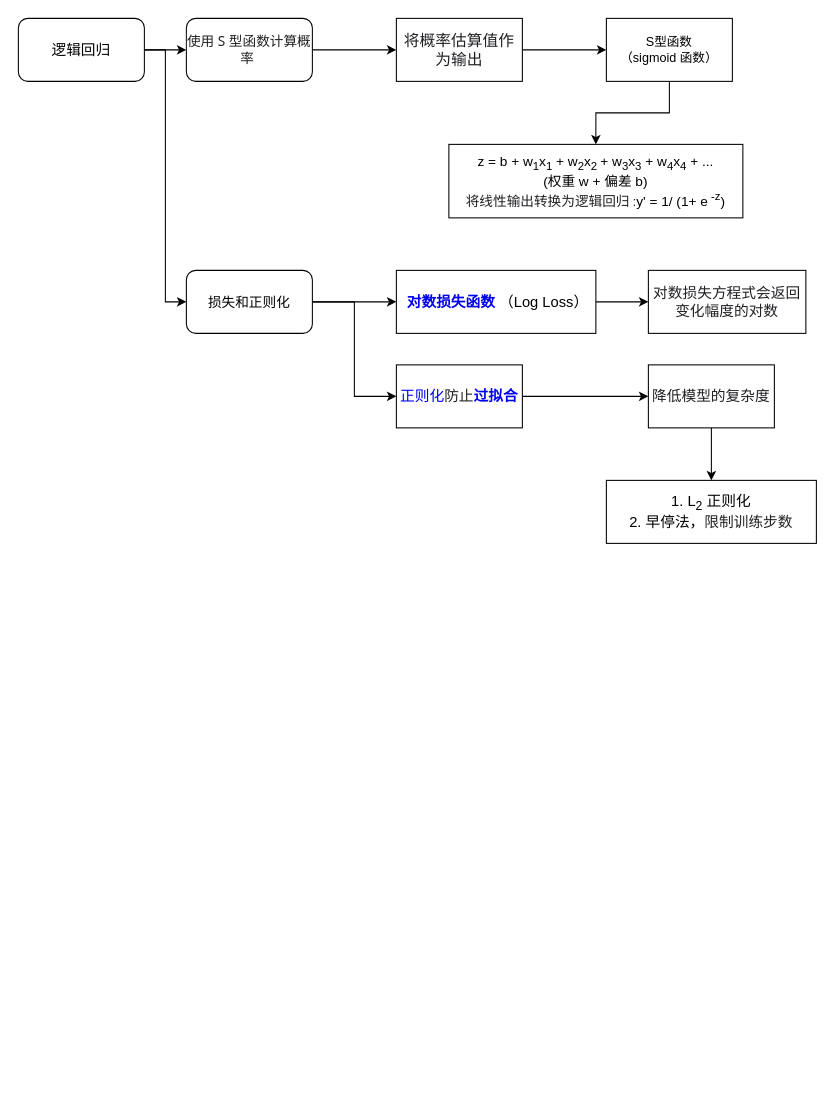
This is page "logistic regression" (8 of 10) of Untitled Diagram.drawio from robinyang414/Book, a draw.io file, before an edit. Source tidied: cells renumbered, new cells numbered last; positions are measured from the earlier drawing's top-left corner, leaving out a move shared by most shapes. Both pictures are drawn from the tidied source at 105%, with x=0, y=0 at pixel (18, 18).
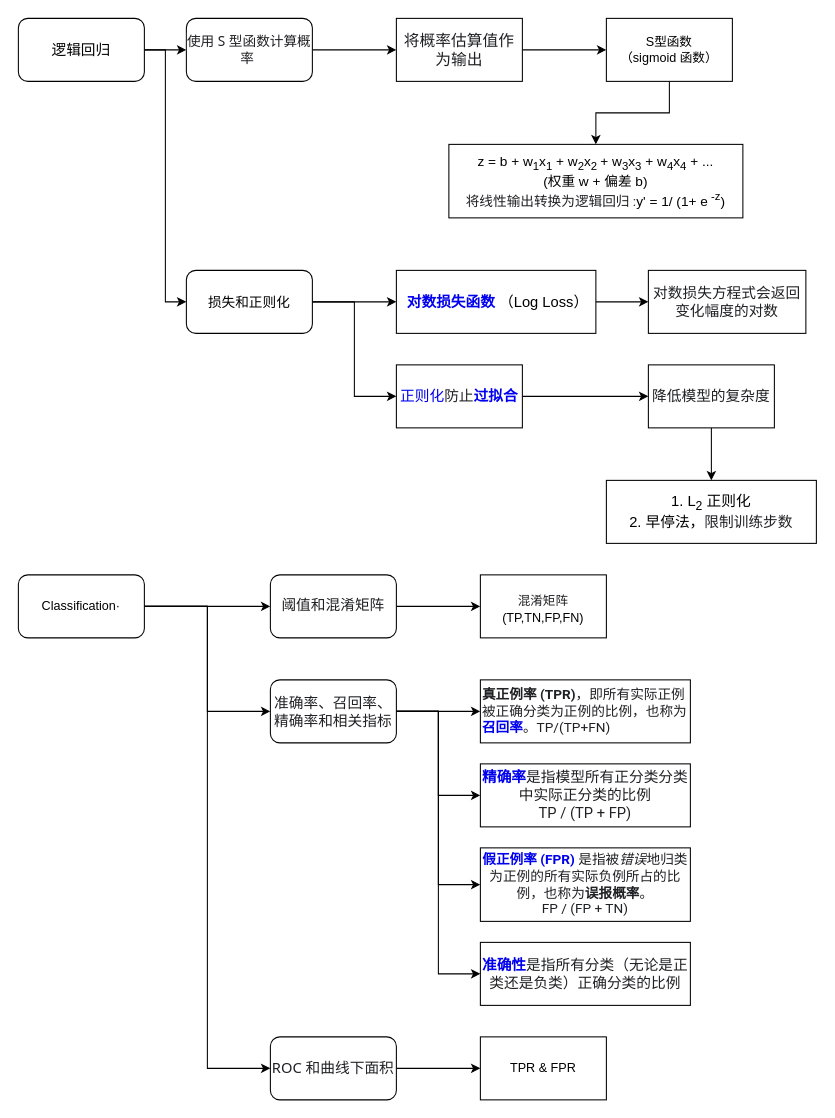
Above is the later version.

Diff of the diagram source:
```diff
@@
+    <mxCell id="23" style="edgeStyle=orthogonalEdgeStyle;rounded=0;jettySize=auto;html=1;exitX=1;exitY=0.5;exitDx=0;exitDy=0;" parent="1" edge="1" source="26" target="28">
+      <mxGeometry relative="1" as="geometry" />
+    </mxCell>
+    <mxCell id="24" style="edgeStyle=orthogonalEdgeStyle;rounded=0;jettySize=auto;html=1;exitX=1;exitY=0.5;exitDx=0;exitDy=0;entryX=0;entryY=0.5;entryDx=0;entryDy=0;" parent="1" edge="1" source="26" target="34">
+      <mxGeometry relative="1" as="geometry" />
+    </mxCell>
+    <mxCell id="25" style="edgeStyle=orthogonalEdgeStyle;rounded=0;jettySize=auto;html=1;exitX=1;exitY=0.5;exitDx=0;exitDy=0;entryX=0;entryY=0.5;entryDx=0;entryDy=0;" parent="1" edge="1" source="26" target="40">
+      <mxGeometry relative="1" as="geometry" />
+    </mxCell>
+    <mxCell id="26" value="Classification·" style="rounded=1;whiteSpace=wrap;html=1;" parent="1" vertex="1">
+      <mxGeometry y="530" width="120" height="60" as="geometry" />
+    </mxCell>
+    <mxCell id="27" style="edgeStyle=orthogonalEdgeStyle;rounded=0;jettySize=auto;html=1;exitX=1;exitY=0.5;exitDx=0;exitDy=0;" parent="1" edge="1" source="28" target="29">
+      <mxGeometry relative="1" as="geometry" />
+    </mxCell>
+    <mxCell id="28" value="&lt;span style=&quot;color: rgb(32, 33, 36); text-align: start; background-color: rgb(255, 255, 255); line-height: 100%;&quot;&gt;&lt;font face=&quot;Helvetica&quot; style=&quot;font-size: 14px;&quot;&gt;阈值和混淆矩阵&lt;/font&gt;&lt;/span&gt;" style="rounded=1;whiteSpace=wrap;html=1;" parent="1" vertex="1">
+      <mxGeometry x="240" y="530" width="120" height="60" as="geometry" />
+    </mxCell>
+    <mxCell id="29" value="&lt;h2 style=&quot;box-sizing: inherit; margin: var(--devsite-h2-margin); overflow-x: clip; text-overflow: ellipsis; border-bottom: var(--devsite-h2-border,var(--devsite-secondary-border)); padding: var(--devsite-h2-padding); color: rgb(32, 33, 36); background-color: rgb(255, 255, 255);&quot; role=&quot;presentation&quot; tabindex=&quot;-1&quot; id=&quot;confusion_matrix&quot;&gt;&lt;span style=&quot;box-sizing: inherit; font-weight: normal;&quot; aria-level=&quot;2&quot; role=&quot;heading&quot; class=&quot;devsite-heading&quot;&gt;&lt;font face=&quot;Helvetica&quot; style=&quot;font-size: 12px;&quot;&gt;混淆矩阵&lt;/font&gt;&lt;/span&gt;&lt;/h2&gt;&lt;div&gt;&lt;span style=&quot;box-sizing: inherit; font-weight: normal;&quot; aria-level=&quot;2&quot; role=&quot;heading&quot; class=&quot;devsite-heading&quot;&gt;&lt;font face=&quot;Helvetica&quot; style=&quot;font-size: 12px;&quot;&gt;(TP,TN,FP,FN)&lt;/font&gt;&lt;/span&gt;&lt;/div&gt;" style="rounded=0;whiteSpace=wrap;html=1;align=center;" parent="1" vertex="1">
+      <mxGeometry x="440" y="530" width="120" height="60" as="geometry" />
+    </mxCell>
+    <mxCell id="30" style="edgeStyle=orthogonalEdgeStyle;rounded=0;jettySize=auto;html=1;exitX=1;exitY=0.5;exitDx=0;exitDy=0;entryX=0;entryY=0.5;entryDx=0;entryDy=0;" parent="1" edge="1" source="34" target="35">
+      <mxGeometry relative="1" as="geometry" />
+    </mxCell>
+    <mxCell id="31" style="edgeStyle=orthogonalEdgeStyle;rounded=0;jettySize=auto;html=1;exitX=1;exitY=0.5;exitDx=0;exitDy=0;entryX=0;entryY=0.5;entryDx=0;entryDy=0;" parent="1" edge="1" source="34" target="36">
+      <mxGeometry relative="1" as="geometry" />
+    </mxCell>
+    <mxCell id="32" style="edgeStyle=orthogonalEdgeStyle;rounded=0;jettySize=auto;html=1;exitX=1;exitY=0.5;exitDx=0;exitDy=0;entryX=0;entryY=0.5;entryDx=0;entryDy=0;" parent="1" edge="1" source="34" target="37">
+      <mxGeometry relative="1" as="geometry" />
+    </mxCell>
+    <mxCell id="33" style="edgeStyle=orthogonalEdgeStyle;rounded=0;jettySize=auto;html=1;exitX=1;exitY=0.5;exitDx=0;exitDy=0;entryX=0;entryY=0.5;entryDx=0;entryDy=0;" parent="1" edge="1" source="34" target="38">
+      <mxGeometry relative="1" as="geometry" />
+    </mxCell>
+    <mxCell id="34" value="&lt;span style=&quot;color: rgb(32, 33, 36); font-family: &amp;quot;Google Sans&amp;quot;, &amp;quot;Noto Sans&amp;quot;, &amp;quot;Noto Sans JP&amp;quot;, &amp;quot;Noto Sans KR&amp;quot;, &amp;quot;Noto Naskh Arabic&amp;quot;, &amp;quot;Noto Sans Thai&amp;quot;, &amp;quot;Noto Sans Hebrew&amp;quot;, &amp;quot;Noto Sans Bengali&amp;quot;, sans-serif; text-align: start; background-color: rgb(255, 255, 255);&quot;&gt;&lt;font style=&quot;font-size: 14px;&quot;&gt;准确率、召回率、精确率和相关指标&lt;/font&gt;&lt;/span&gt;" style="rounded=1;whiteSpace=wrap;html=1;" parent="1" vertex="1">
+      <mxGeometry x="240" y="630" width="120" height="60" as="geometry" />
+    </mxCell>
+    <mxCell id="35" value="&lt;font style=&quot;font-size: 13px;&quot;&gt;&lt;span style=&quot;box-sizing: inherit; font-weight: 700; color: rgb(32, 33, 36); font-family: Roboto, &amp;quot;Noto Sans&amp;quot;, &amp;quot;Noto Sans JP&amp;quot;, &amp;quot;Noto Sans KR&amp;quot;, &amp;quot;Noto Naskh Arabic&amp;quot;, &amp;quot;Noto Sans Thai&amp;quot;, &amp;quot;Noto Sans Hebrew&amp;quot;, &amp;quot;Noto Sans Bengali&amp;quot;, sans-serif; background-color: rgb(255, 255, 255);&quot;&gt;真正例率 (TPR)&lt;/span&gt;&lt;span style=&quot;color: rgb(32, 33, 36); font-family: Roboto, &amp;quot;Noto Sans&amp;quot;, &amp;quot;Noto Sans JP&amp;quot;, &amp;quot;Noto Sans KR&amp;quot;, &amp;quot;Noto Naskh Arabic&amp;quot;, &amp;quot;Noto Sans Thai&amp;quot;, &amp;quot;Noto Sans Hebrew&amp;quot;, &amp;quot;Noto Sans Bengali&amp;quot;, sans-serif; background-color: rgb(255, 255, 255);&quot;&gt;，即所有实际正例被正确分类为正例的比例，也称为&lt;/span&gt;&lt;a style=&quot;box-sizing: inherit; outline: 0px; text-decoration: var(--devsite-link-text-decoration,none); word-break: break-word; font-family: Roboto, &amp;quot;Noto Sans&amp;quot;, &amp;quot;Noto Sans JP&amp;quot;, &amp;quot;Noto Sans KR&amp;quot;, &amp;quot;Noto Naskh Arabic&amp;quot;, &amp;quot;Noto Sans Thai&amp;quot;, &amp;quot;Noto Sans Hebrew&amp;quot;, &amp;quot;Noto Sans Bengali&amp;quot;, sans-serif; background-color: rgb(255, 255, 255);&quot; href=&quot;https://developers.google.com/machine-learning/glossary?hl=zh-cn#recall&quot;&gt;&lt;span style=&quot;box-sizing: inherit; font-weight: 700;&quot;&gt;召回率&lt;/span&gt;&lt;/a&gt;&lt;span style=&quot;color: rgb(32, 33, 36); font-family: Roboto, &amp;quot;Noto Sans&amp;quot;, &amp;quot;Noto Sans JP&amp;quot;, &amp;quot;Noto Sans KR&amp;quot;, &amp;quot;Noto Naskh Arabic&amp;quot;, &amp;quot;Noto Sans Thai&amp;quot;, &amp;quot;Noto Sans Hebrew&amp;quot;, &amp;quot;Noto Sans Bengali&amp;quot;, sans-serif; background-color: rgb(255, 255, 255);&quot;&gt;。TP/(TP+FN)&lt;/span&gt;&lt;/font&gt;" style="rounded=0;whiteSpace=wrap;html=1;align=left;" parent="1" vertex="1">
+      <mxGeometry x="440" y="630" width="200" height="60" as="geometry" />
+    </mxCell>
+    <mxCell id="36" value="&lt;font style=&quot;font-size: 14px;&quot;&gt;&lt;a href=&quot;https://developers.google.com/machine-learning/glossary?hl=zh-cn#precision&quot; style=&quot;box-sizing: inherit; outline: 0px; text-decoration: var(--devsite-link-text-decoration,none); word-break: break-word; font-family: Roboto, &amp;quot;Noto Sans&amp;quot;, &amp;quot;Noto Sans JP&amp;quot;, &amp;quot;Noto Sans KR&amp;quot;, &amp;quot;Noto Naskh Arabic&amp;quot;, &amp;quot;Noto Sans Thai&amp;quot;, &amp;quot;Noto Sans Hebrew&amp;quot;, &amp;quot;Noto Sans Bengali&amp;quot;, sans-serif; text-align: start; background-color: rgb(255, 255, 255);&quot;&gt;&lt;span style=&quot;box-sizing: inherit; font-weight: 700;&quot;&gt;精确率&lt;/span&gt;&lt;/a&gt;&lt;span style=&quot;color: rgb(32, 33, 36); font-family: Roboto, &amp;quot;Noto Sans&amp;quot;, &amp;quot;Noto Sans JP&amp;quot;, &amp;quot;Noto Sans KR&amp;quot;, &amp;quot;Noto Naskh Arabic&amp;quot;, &amp;quot;Noto Sans Thai&amp;quot;, &amp;quot;Noto Sans Hebrew&amp;quot;, &amp;quot;Noto Sans Bengali&amp;quot;, sans-serif; text-align: start; background-color: rgb(255, 255, 255);&quot;&gt;是指模型所有正分类分类中实际正分类的比例&lt;/span&gt;&lt;/font&gt;&lt;div&gt;&lt;font style=&quot;font-size: 14px;&quot;&gt;&lt;span style=&quot;color: rgb(32, 33, 36); font-family: Roboto, &amp;quot;Noto Sans&amp;quot;, &amp;quot;Noto Sans JP&amp;quot;, &amp;quot;Noto Sans KR&amp;quot;, &amp;quot;Noto Naskh Arabic&amp;quot;, &amp;quot;Noto Sans Thai&amp;quot;, &amp;quot;Noto Sans Hebrew&amp;quot;, &amp;quot;Noto Sans Bengali&amp;quot;, sans-serif; text-align: start; background-color: rgb(255, 255, 255);&quot;&gt;TP / (TP + FP)&lt;/span&gt;&lt;/font&gt;&lt;/div&gt;" style="rounded=0;whiteSpace=wrap;html=1;" parent="1" vertex="1">
+      <mxGeometry x="440" y="710" width="200" height="60" as="geometry" />
+    </mxCell>
+    <mxCell id="37" value="&lt;font style=&quot;font-size: 13px;&quot;&gt;&lt;a href=&quot;https://developers.google.com/machine-learning/glossary?hl=zh-cn#false-positive-rate-fpr&quot; style=&quot;box-sizing: inherit; outline: 0px; text-decoration: var(--devsite-link-text-decoration,none); word-break: break-word; font-family: Roboto, &amp;quot;Noto Sans&amp;quot;, &amp;quot;Noto Sans JP&amp;quot;, &amp;quot;Noto Sans KR&amp;quot;, &amp;quot;Noto Naskh Arabic&amp;quot;, &amp;quot;Noto Sans Thai&amp;quot;, &amp;quot;Noto Sans Hebrew&amp;quot;, &amp;quot;Noto Sans Bengali&amp;quot;, sans-serif; text-align: start; background-color: rgb(255, 255, 255);&quot;&gt;&lt;span style=&quot;box-sizing: inherit; font-weight: 700;&quot;&gt;假正例率 (FPR)&lt;/span&gt;&lt;/a&gt;&lt;span style=&quot;color: rgb(32, 33, 36); font-family: Roboto, &amp;quot;Noto Sans&amp;quot;, &amp;quot;Noto Sans JP&amp;quot;, &amp;quot;Noto Sans KR&amp;quot;, &amp;quot;Noto Naskh Arabic&amp;quot;, &amp;quot;Noto Sans Thai&amp;quot;, &amp;quot;Noto Sans Hebrew&amp;quot;, &amp;quot;Noto Sans Bengali&amp;quot;, sans-serif; text-align: start; background-color: rgb(255, 255, 255);&quot;&gt;&amp;nbsp;是指被&lt;/span&gt;&lt;em style=&quot;box-sizing: inherit; color: rgb(32, 33, 36); font-family: Roboto, &amp;quot;Noto Sans&amp;quot;, &amp;quot;Noto Sans JP&amp;quot;, &amp;quot;Noto Sans KR&amp;quot;, &amp;quot;Noto Naskh Arabic&amp;quot;, &amp;quot;Noto Sans Thai&amp;quot;, &amp;quot;Noto Sans Hebrew&amp;quot;, &amp;quot;Noto Sans Bengali&amp;quot;, sans-serif; text-align: start; background-color: rgb(255, 255, 255);&quot;&gt;错误&lt;/em&gt;&lt;span style=&quot;color: rgb(32, 33, 36); font-family: Roboto, &amp;quot;Noto Sans&amp;quot;, &amp;quot;Noto Sans JP&amp;quot;, &amp;quot;Noto Sans KR&amp;quot;, &amp;quot;Noto Naskh Arabic&amp;quot;, &amp;quot;Noto Sans Thai&amp;quot;, &amp;quot;Noto Sans Hebrew&amp;quot;, &amp;quot;Noto Sans Bengali&amp;quot;, sans-serif; text-align: start; background-color: rgb(255, 255, 255);&quot;&gt;地归类为正例的所有实际负例所占的比例，也称为&lt;/span&gt;&lt;span style=&quot;box-sizing: inherit; font-weight: 700; color: rgb(32, 33, 36); font-family: Roboto, &amp;quot;Noto Sans&amp;quot;, &amp;quot;Noto Sans JP&amp;quot;, &amp;quot;Noto Sans KR&amp;quot;, &amp;quot;Noto Naskh Arabic&amp;quot;, &amp;quot;Noto Sans Thai&amp;quot;, &amp;quot;Noto Sans Hebrew&amp;quot;, &amp;quot;Noto Sans Bengali&amp;quot;, sans-serif; text-align: start; background-color: rgb(255, 255, 255);&quot;&gt;误报概率&lt;/span&gt;&lt;span style=&quot;color: rgb(32, 33, 36); font-family: Roboto, &amp;quot;Noto Sans&amp;quot;, &amp;quot;Noto Sans JP&amp;quot;, &amp;quot;Noto Sans KR&amp;quot;, &amp;quot;Noto Naskh Arabic&amp;quot;, &amp;quot;Noto Sans Thai&amp;quot;, &amp;quot;Noto Sans Hebrew&amp;quot;, &amp;quot;Noto Sans Bengali&amp;quot;, sans-serif; text-align: start; background-color: rgb(255, 255, 255);&quot;&gt;。&lt;/span&gt;&lt;/font&gt;&lt;div&gt;&lt;font style=&quot;font-size: 13px;&quot;&gt;&lt;span style=&quot;color: rgb(32, 33, 36); font-family: Roboto, &amp;quot;Noto Sans&amp;quot;, &amp;quot;Noto Sans JP&amp;quot;, &amp;quot;Noto Sans KR&amp;quot;, &amp;quot;Noto Naskh Arabic&amp;quot;, &amp;quot;Noto Sans Thai&amp;quot;, &amp;quot;Noto Sans Hebrew&amp;quot;, &amp;quot;Noto Sans Bengali&amp;quot;, sans-serif; text-align: start; background-color: rgb(255, 255, 255);&quot;&gt;FP / (FP + TN)&lt;/span&gt;&lt;/font&gt;&lt;/div&gt;" style="rounded=0;whiteSpace=wrap;html=1;" parent="1" vertex="1">
+      <mxGeometry x="440" y="790" width="200" height="70" as="geometry" />
+    </mxCell>
+    <mxCell id="38" value="&lt;font style=&quot;font-size: 14px;&quot;&gt;&lt;a href=&quot;https://developers.google.com/machine-learning/glossary?hl=zh-cn#accuracy&quot; style=&quot;box-sizing: inherit; outline: 0px; text-decoration: var(--devsite-link-text-decoration,none); word-break: break-word; font-family: Roboto, &amp;quot;Noto Sans&amp;quot;, &amp;quot;Noto Sans JP&amp;quot;, &amp;quot;Noto Sans KR&amp;quot;, &amp;quot;Noto Naskh Arabic&amp;quot;, &amp;quot;Noto Sans Thai&amp;quot;, &amp;quot;Noto Sans Hebrew&amp;quot;, &amp;quot;Noto Sans Bengali&amp;quot;, sans-serif; text-align: start; background-color: rgb(255, 255, 255);&quot;&gt;&lt;span style=&quot;box-sizing: inherit; font-weight: 700;&quot;&gt;准确性&lt;/span&gt;&lt;/a&gt;&lt;span style=&quot;color: rgb(32, 33, 36); font-family: Roboto, &amp;quot;Noto Sans&amp;quot;, &amp;quot;Noto Sans JP&amp;quot;, &amp;quot;Noto Sans KR&amp;quot;, &amp;quot;Noto Naskh Arabic&amp;quot;, &amp;quot;Noto Sans Thai&amp;quot;, &amp;quot;Noto Sans Hebrew&amp;quot;, &amp;quot;Noto Sans Bengali&amp;quot;, sans-serif; text-align: start; background-color: rgb(255, 255, 255);&quot;&gt;是指所有分类（无论是正类还是负类）正确分类的比例&lt;/span&gt;&lt;/font&gt;" style="rounded=0;whiteSpace=wrap;html=1;" parent="1" vertex="1">
+      <mxGeometry x="440" y="880" width="200" height="60" as="geometry" />
+    </mxCell>
+    <mxCell id="39" style="edgeStyle=orthogonalEdgeStyle;rounded=0;jettySize=auto;html=1;exitX=1;exitY=0.5;exitDx=0;exitDy=0;" parent="1" edge="1" source="40" target="41">
+      <mxGeometry relative="1" as="geometry" />
+    </mxCell>
+    <mxCell id="40" value="&lt;span style=&quot;color: rgb(32, 33, 36); font-family: &amp;quot;Google Sans&amp;quot;, &amp;quot;Noto Sans&amp;quot;, &amp;quot;Noto Sans JP&amp;quot;, &amp;quot;Noto Sans KR&amp;quot;, &amp;quot;Noto Naskh Arabic&amp;quot;, &amp;quot;Noto Sans Thai&amp;quot;, &amp;quot;Noto Sans Hebrew&amp;quot;, &amp;quot;Noto Sans Bengali&amp;quot;, sans-serif; text-align: start; background-color: rgb(255, 255, 255);&quot;&gt;&lt;font style=&quot;font-size: 14px;&quot;&gt;ROC 和曲线下面积&lt;/font&gt;&lt;/span&gt;" style="rounded=1;whiteSpace=wrap;html=1;" parent="1" vertex="1">
+      <mxGeometry x="240" y="970" width="120" height="60" as="geometry" />
+    </mxCell>
+    <mxCell id="41" value="TPR &amp;amp; FPR" style="rounded=0;whiteSpace=wrap;html=1;" parent="1" vertex="1">
+      <mxGeometry x="440" y="970" width="120" height="60" as="geometry" />
+    </mxCell>
```
